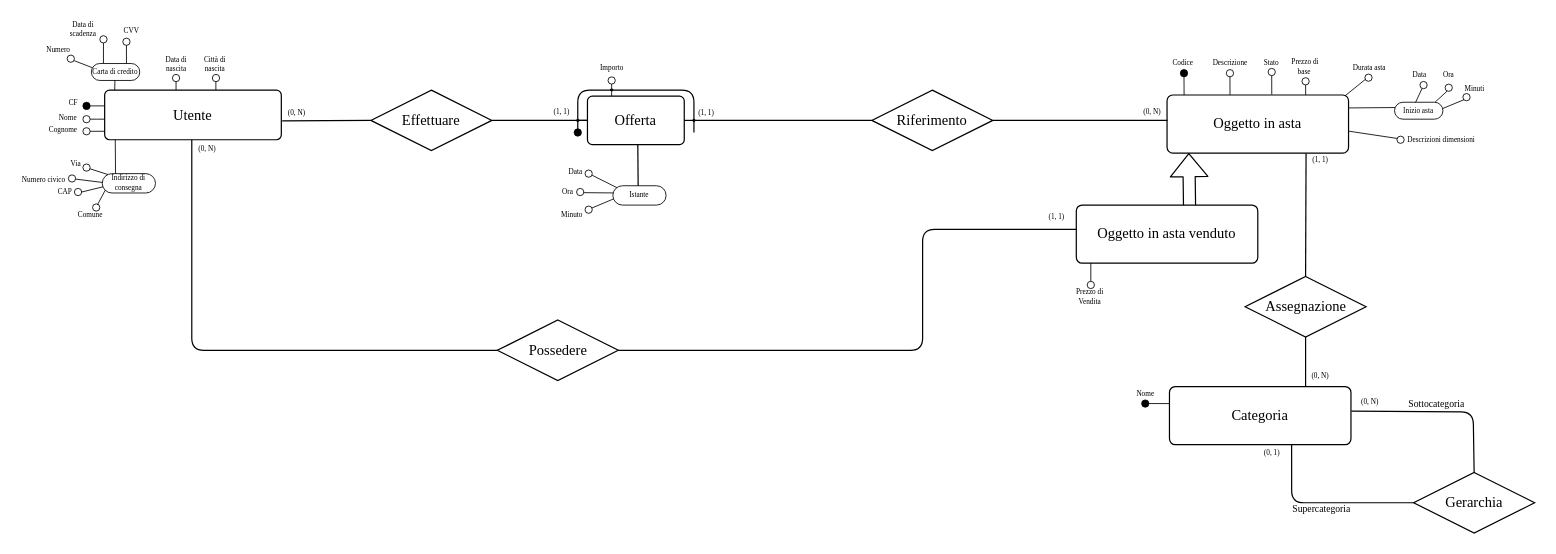
alessandro-cortese/Progetto-Basi-di-Dati keeps this draw.io diagram as page "Pagina-2" (2 of 2) of Diagrams.drawio. Above is the earlier version. Source tidied: cells renumbered, new cells numbered last; positions are measured from the earlier drawing's top-left corner, leaving out a move shared by most shapes. Both pictures are drawn from the tidied source at 121%, with x=0, y=0 at pixel (21, 24).
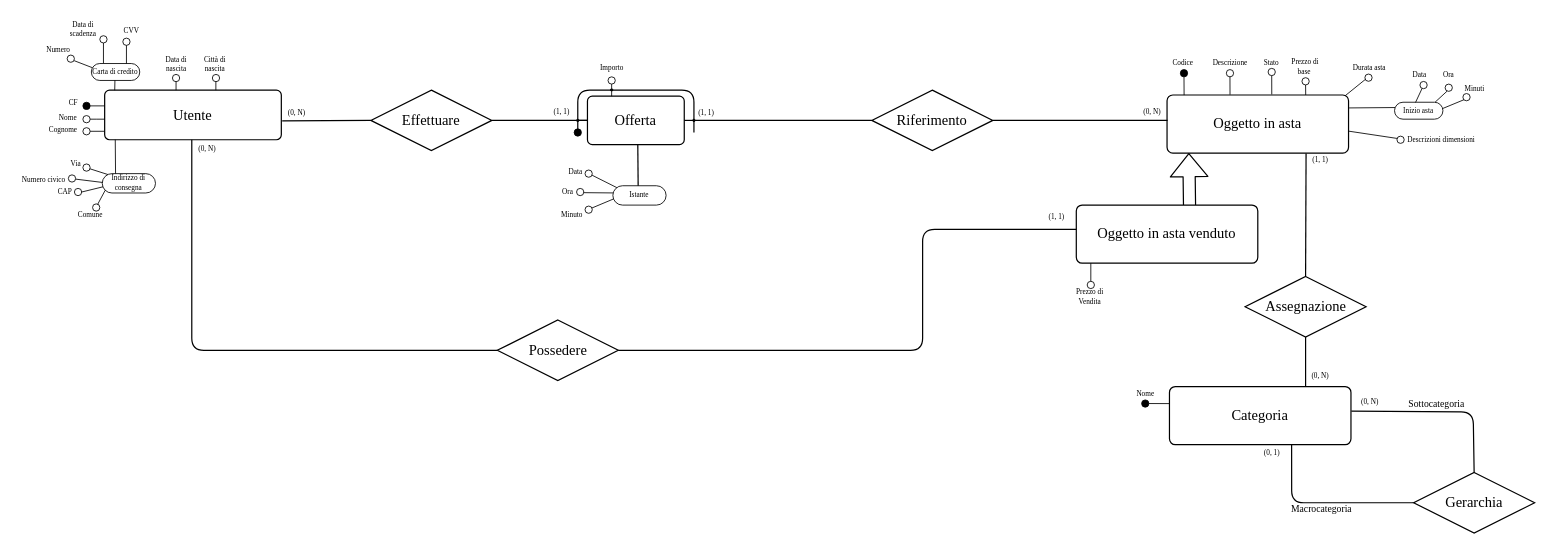
Above is the later version.

Diff of the diagram source:
```diff
@@
-    <mxCell id="136" value="&lt;font face=&quot;Times New Roman&quot; style=&quot;&quot;&gt;&lt;font style=&quot;font-size: 8px;&quot;&gt;Supercategoria&lt;/font&gt;&lt;br&gt;&lt;/font&gt;" style="text;html=1;strokeColor=none;fillColor=none;align=center;verticalAlign=middle;whiteSpace=wrap;rounded=0;strokeWidth=0.7;fontSize=6;" parent="1" vertex="1">
+    <mxCell id="136" value="&lt;font face=&quot;Times New Roman&quot; style=&quot;&quot;&gt;&lt;font style=&quot;font-size: 8px;&quot;&gt;Macrocategoria&lt;/font&gt;&lt;br&gt;&lt;/font&gt;" style="text;html=1;strokeColor=none;fillColor=none;align=center;verticalAlign=middle;whiteSpace=wrap;rounded=0;strokeWidth=0.7;fontSize=6;" parent="1" vertex="1">
       <mxGeometry x="1047" y="390" width="55.5" height="20" as="geometry" />
     </mxCell>
```
